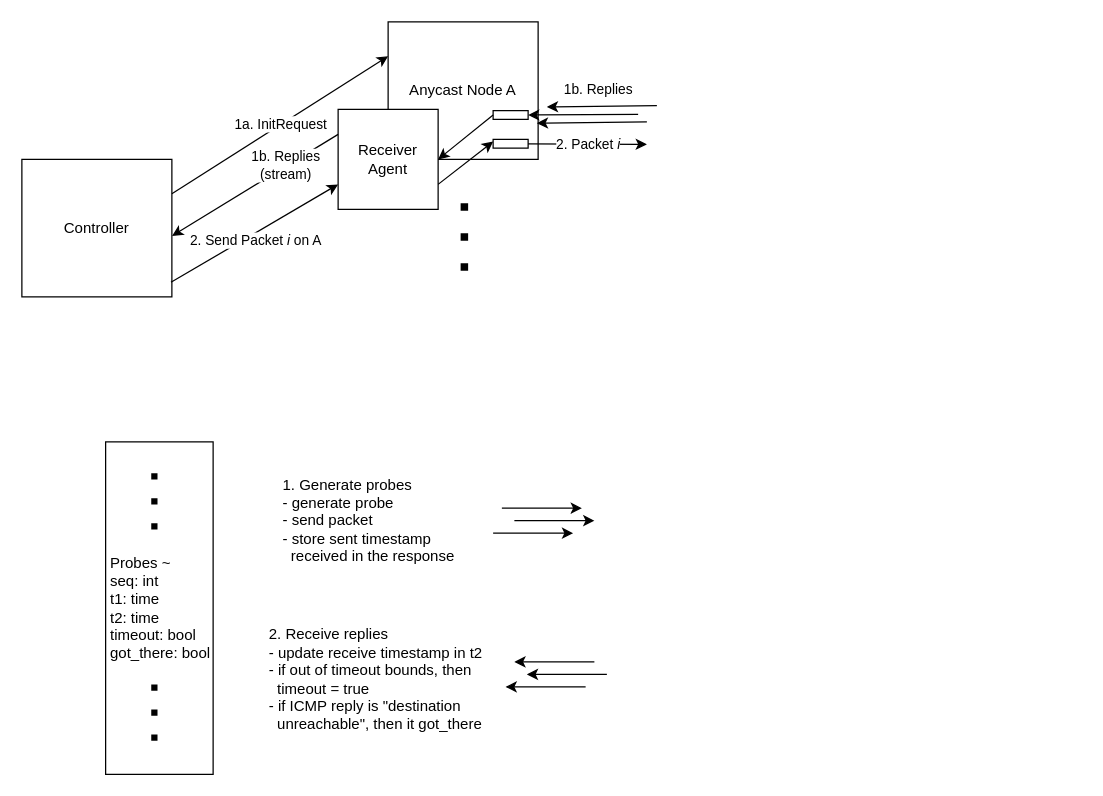
Before: diagrams.drawio in randofan/voltadomar, a draw.io diagram. Source tidied: cells renumbered, new cells numbered last; positions are measured from the earlier drawing's top-left corner, leaving out a move shared by most shapes. Both pictures are drawn from the tidied source at 125%, with x=0, y=0 at pixel (21, 21).
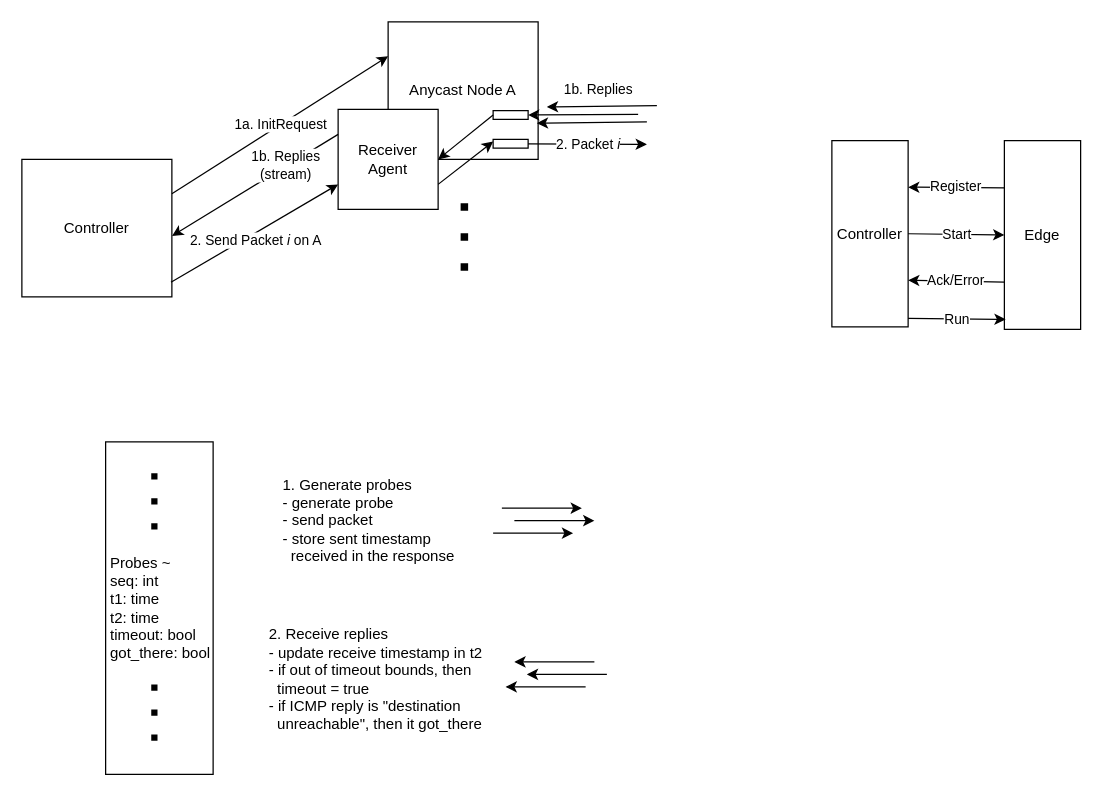
After the change.

The edit, as a diff of the source:
```diff
@@
+    <mxCell id="28" value="Controller" style="rounded=0;whiteSpace=wrap;html=1;" parent="1" vertex="1">
+      <mxGeometry x="648" y="95" width="61" height="149" as="geometry" />
+    </mxCell>
+    <mxCell id="29" value="Edge" style="rounded=0;whiteSpace=wrap;html=1;" parent="1" vertex="1">
+      <mxGeometry x="786" y="95" width="61" height="151" as="geometry" />
+    </mxCell>
+    <mxCell id="30" value="Register" style="endArrow=classic;html=1;exitX=0;exitY=0.25;exitDx=0;exitDy=0;entryX=1;entryY=0.25;entryDx=0;entryDy=0;" parent="1" edge="1" source="29" target="28">
+      <mxGeometry relative="1" as="geometry" />
+    </mxCell>
+    <mxCell id="31" value="Start" style="endArrow=classic;html=1;exitX=1;exitY=0.5;exitDx=0;exitDy=0;entryX=0;entryY=0.5;entryDx=0;entryDy=0;" parent="1" edge="1" source="28" target="29">
+      <mxGeometry relative="1" as="geometry" />
+    </mxCell>
+    <mxCell id="32" value="Ack/Error" style="endArrow=classic;html=1;exitX=0;exitY=0.75;exitDx=0;exitDy=0;entryX=1;entryY=0.75;entryDx=0;entryDy=0;" parent="1" edge="1" source="29" target="28">
+      <mxGeometry relative="1" as="geometry" />
+    </mxCell>
+    <mxCell id="33" value="Run" style="endArrow=classic;html=1;exitX=0.999;exitY=0.955;exitDx=0;exitDy=0;exitPerimeter=0;" parent="1" edge="1" source="28">
+      <mxGeometry relative="1" as="geometry">
+        <mxPoint x="787" y="238" as="targetPoint" />
+      </mxGeometry>
+    </mxCell>
```
